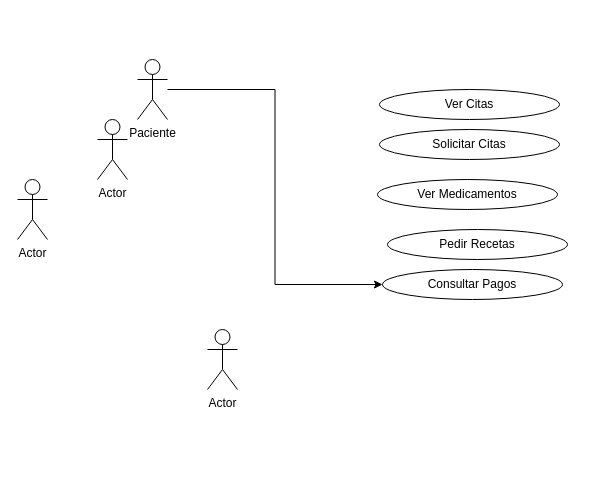
konnylisethalucematorresCAMPUS/CasosDeUsoYeimy keeps this draw.io diagram as CASO1.1.drawio. Above is the earlier version. Source tidied: cells renumbered, new cells numbered last; positions are measured from the earlier drawing's top-left corner, leaving out a move shared by most shapes. Both pictures are drawn from the tidied source at 100%, with x=0, y=0 at pixel (17, 59).
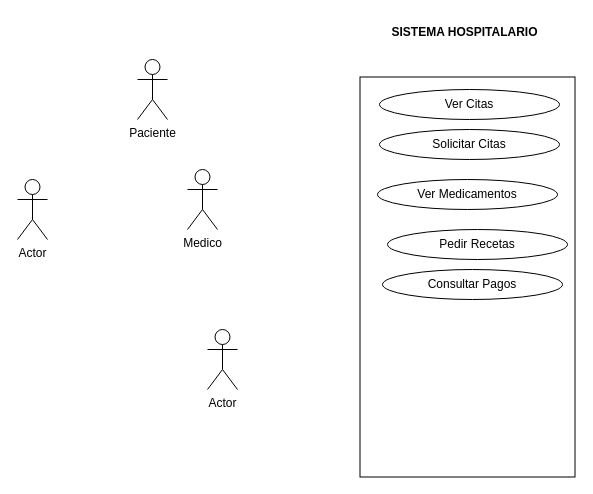
The same page after the edit.

What changed in the source:
```diff
@@
 <mxGraphModel>
   <root>
     <mxCell id="0" />
     <mxCell id="1" parent="0" />
+    <mxCell id="12" style="rounded=0;whiteSpace=wrap;html=1;rotation=90;" parent="1" vertex="1">
+      <mxGeometry x="250" y="110" width="400" height="215" as="geometry" />
+    </mxCell>
-    <mxCell id="2" value="Actor" style="shape=umlActor;verticalLabelPosition=bottom;verticalAlign=top;html=1;" parent="1" vertex="1">
-      <mxGeometry x="80" y="60" width="30" height="60" as="geometry" />
+    <mxCell id="2" value="Medico" style="shape=umlActor;verticalLabelPosition=bottom;verticalAlign=top;html=1;" parent="1" vertex="1">
+      <mxGeometry x="170" y="110" width="30" height="60" as="geometry" />
     </mxCell>
     <mxCell id="3" value="Actor" style="shape=umlActor;verticalLabelPosition=bottom;verticalAlign=top;html=1;" parent="1" vertex="1">
       <mxGeometry x="190" y="270" width="30" height="60" as="geometry" />
     </mxCell>
     <mxCell id="4" value="Actor" style="shape=umlActor;verticalLabelPosition=bottom;verticalAlign=top;html=1;" parent="1" vertex="1">
       <mxGeometry y="120" width="30" height="60" as="geometry" />
     </mxCell>
-    <mxCell id="5" style="edgeStyle=orthogonalEdgeStyle;rounded=0;jettySize=auto;html=1;entryX=0;entryY=0.5;entryDx=0;entryDy=0;" parent="1" edge="1" source="6" target="10">
-      <mxGeometry relative="1" as="geometry" />
-    </mxCell>
     <mxCell id="6" value="Paciente" style="shape=umlActor;verticalLabelPosition=bottom;verticalAlign=top;html=1;outlineConnect=0;" parent="1" vertex="1">
       <mxGeometry x="120" width="30" height="60" as="geometry" />
     </mxCell>
     <mxCell id="7" value="Ver Citas" style="ellipse;whiteSpace=wrap;html=1;" parent="1" vertex="1">
       <mxGeometry x="362" y="30" width="180" height="30" as="geometry" />
     </mxCell>
     <mxCell id="8" value="Solicitar Citas" style="ellipse;whiteSpace=wrap;html=1;" parent="1" vertex="1">
       <mxGeometry x="362" y="70" width="180" height="30" as="geometry" />
     </mxCell>
     <mxCell id="9" value="Ver Medicamentos" style="ellipse;whiteSpace=wrap;html=1;" parent="1" vertex="1">
       <mxGeometry x="360" y="120" width="180" height="30" as="geometry" />
     </mxCell>
     <mxCell id="10" value="Consultar Pagos" style="ellipse;whiteSpace=wrap;html=1;" parent="1" vertex="1">
       <mxGeometry x="365" y="210" width="180" height="30" as="geometry" />
     </mxCell>
     <mxCell id="11" value="Pedir Recetas" style="ellipse;whiteSpace=wrap;html=1;" parent="1" vertex="1">
       <mxGeometry x="370" y="170" width="180" height="30" as="geometry" />
     </mxCell>
+    <mxCell id="13" value="&lt;b&gt;SISTEMA HOSPITALARIO&lt;/b&gt;" style="text;html=1;align=center;verticalAlign=middle;strokeColor=none;fillColor=none;" parent="1" vertex="1">
+      <mxGeometry x="362" y="-42" width="170" height="30" as="geometry" />
+    </mxCell>
   </root>
 </mxGraphModel>
```
